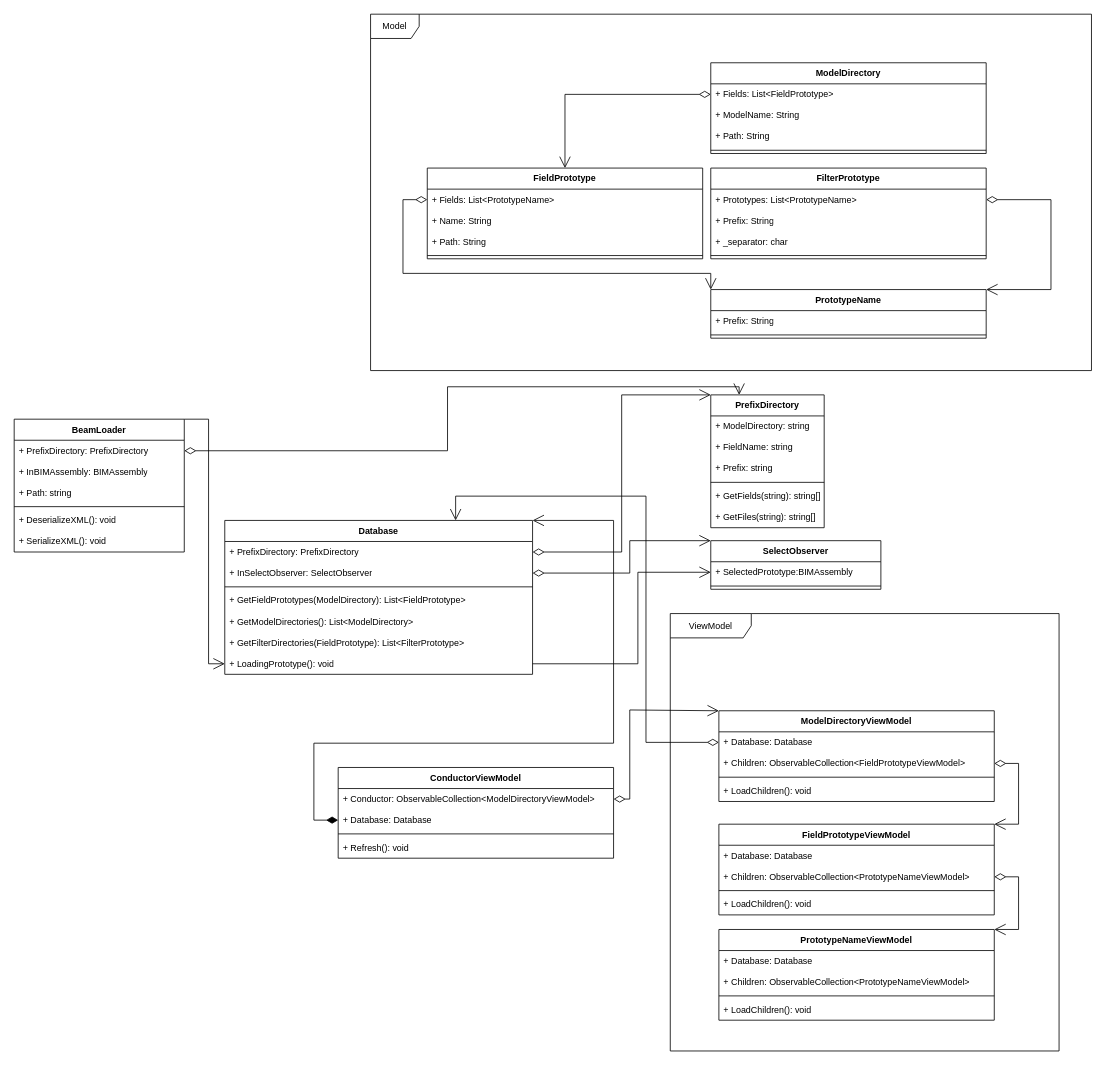
The draw.io diagram page "Conductor" (1 of 3) of Prototype.drawio in AATerekhov/BIM_KJI_Manage, before the edit. Source tidied: cells renumbered, new cells numbered last; positions are measured from the earlier drawing's top-left corner, leaving out a move shared by most shapes. Both pictures are drawn from the tidied source at 81%, with x=0, y=0 at pixel (14, 14).
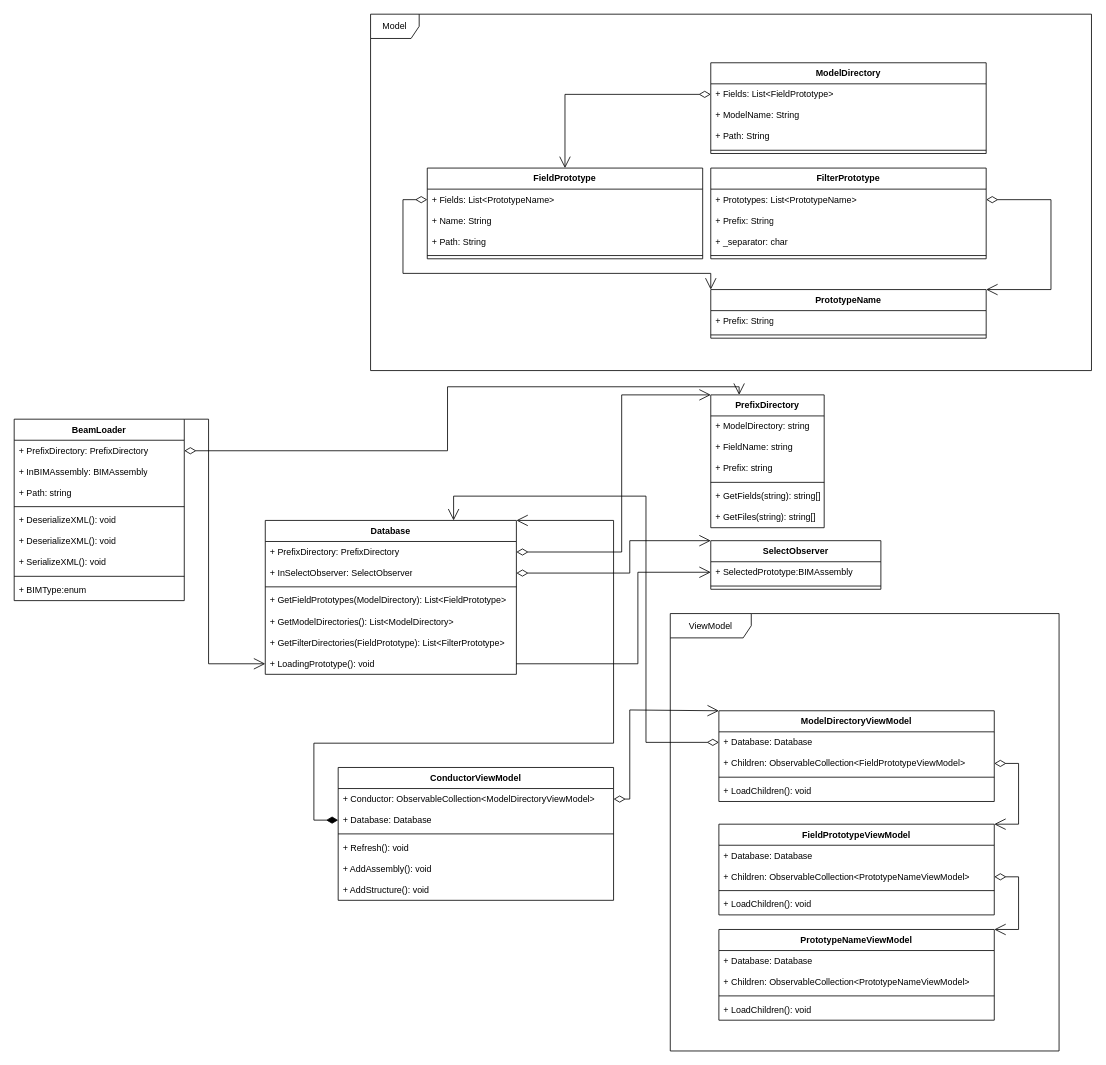
The same page after the edit.

The change refers to these unchanged cells:
```xml
<mxCell id="10" value="+ Database: Database" style="text;strokeColor=none;fillColor=none;align=left;verticalAlign=top;spacingLeft=4;spacingRight=4;overflow=hidden;points=[[0,0.5],[1,0.5]];portConstraint=eastwest;whiteSpace=wrap;html=1;fontSize=11;fontFamily=Helvetica;fontColor=default;" parent="9" vertex="1">
  <mxGeometry y="26" width="340" height="26" as="geometry" />
</mxCell>
```

What changed in the source:
```diff
@@
     <mxCell id="4" value="ConductorViewModel" style="swimlane;fontStyle=1;align=center;verticalAlign=top;horizontal=1;startSize=26;whiteSpace=wrap;html=1;fontFamily=Helvetica;fontSize=11;fontColor=default;" parent="1" vertex="1">
-      <mxGeometry x="400" y="930" width="340" height="112" as="geometry" />
+      <mxGeometry x="400" y="930" width="340" height="164" as="geometry" />
     </mxCell>
@@
+    <mxCell id="80" value="+ AddAssembly(): void" style="text;strokeColor=none;fillColor=none;align=left;verticalAlign=top;spacingLeft=4;spacingRight=4;overflow=hidden;whiteSpace=wrap;html=1;fontSize=11;fontFamily=Helvetica;fontColor=default;" parent="4" vertex="1">
+      <mxGeometry y="112" width="340" height="26" as="geometry" />
+    </mxCell>
+    <mxCell id="81" value="+ AddStructure(): void" style="text;strokeColor=none;fillColor=none;align=left;verticalAlign=top;spacingLeft=4;spacingRight=4;overflow=hidden;whiteSpace=wrap;html=1;fontSize=11;fontFamily=Helvetica;fontColor=default;" parent="4" vertex="1">
+      <mxGeometry y="138" width="340" height="26" as="geometry" />
+    </mxCell>
@@
     <mxCell id="17" value="Database" style="swimlane;fontStyle=1;align=center;verticalAlign=top;horizontal=1;startSize=26;whiteSpace=wrap;html=1;fontFamily=Helvetica;fontSize=11;fontColor=default;" parent="1" vertex="1">
-      <mxGeometry x="260" y="625" width="380" height="190" as="geometry" />
+      <mxGeometry x="310" y="625" width="310" height="190" as="geometry" />
     </mxCell>
     <mxCell id="18" value="+ PrefixDirectory: PrefixDirectory" style="text;strokeColor=none;fillColor=none;align=left;verticalAlign=top;spacingLeft=4;spacingRight=4;overflow=hidden;points=[[0,0.5],[1,0.5]];portConstraint=eastwest;whiteSpace=wrap;html=1;fontSize=11;fontFamily=Helvetica;fontColor=default;" parent="17" vertex="1">
-      <mxGeometry y="26" width="380" height="26" as="geometry" />
+      <mxGeometry y="26" width="310" height="26" as="geometry" />
     </mxCell>
     <mxCell id="19" value="+ InSelectObserver:&amp;nbsp;SelectObserver" style="text;strokeColor=none;fillColor=none;align=left;verticalAlign=top;spacingLeft=4;spacingRight=4;overflow=hidden;points=[[0,0.5],[1,0.5]];portConstraint=eastwest;whiteSpace=wrap;html=1;fontSize=11;fontFamily=Helvetica;fontColor=default;" parent="17" vertex="1">
-      <mxGeometry y="52" width="380" height="26" as="geometry" />
+      <mxGeometry y="52" width="310" height="26" as="geometry" />
     </mxCell>
     <mxCell id="20" style="line;strokeWidth=1;fillColor=none;align=left;verticalAlign=middle;spacingTop=-1;spacingLeft=3;spacingRight=3;labelPosition=right;strokeColor=inherit;fontFamily=Helvetica;fontSize=11;fontColor=default;" parent="17" vertex="1">
-      <mxGeometry y="78" width="380" height="8" as="geometry" />
+      <mxGeometry y="78" width="310" height="8" as="geometry" />
     </mxCell>
     <mxCell id="21" value="+ GetFieldPrototypes(ModelDirectory): List&amp;lt;FieldPrototype&amp;gt;" style="text;strokeColor=none;fillColor=none;align=left;verticalAlign=top;spacingLeft=4;spacingRight=4;overflow=hidden;whiteSpace=wrap;html=1;fontSize=11;fontFamily=Helvetica;fontColor=default;" parent="17" vertex="1">
-      <mxGeometry y="86" width="380" height="26" as="geometry" />
+      <mxGeometry y="86" width="310" height="26" as="geometry" />
     </mxCell>
     <mxCell id="22" value="+ GetModelDirectories(): List&amp;lt;ModelDirectory&amp;gt;" style="text;strokeColor=none;fillColor=none;align=left;verticalAlign=top;spacingLeft=4;spacingRight=4;overflow=hidden;whiteSpace=wrap;html=1;fontSize=11;fontFamily=Helvetica;fontColor=default;" parent="17" vertex="1">
-      <mxGeometry y="112" width="380" height="26" as="geometry" />
+      <mxGeometry y="112" width="310" height="26" as="geometry" />
     </mxCell>
     <mxCell id="23" value="+ GetFilterDirectories(FieldPrototype): List&amp;lt;FilterPrototype&amp;gt;" style="text;strokeColor=none;fillColor=none;align=left;verticalAlign=top;spacingLeft=4;spacingRight=4;overflow=hidden;whiteSpace=wrap;html=1;fontSize=11;fontFamily=Helvetica;fontColor=default;" parent="17" vertex="1">
-      <mxGeometry y="138" width="380" height="26" as="geometry" />
+      <mxGeometry y="138" width="310" height="26" as="geometry" />
     </mxCell>
     <mxCell id="24" value="+ LoadingPrototype(): void" style="text;strokeColor=none;fillColor=none;align=left;verticalAlign=top;spacingLeft=4;spacingRight=4;overflow=hidden;points=[[0,0.5],[1,0.5]];portConstraint=eastwest;whiteSpace=wrap;html=1;fontSize=11;fontFamily=Helvetica;fontColor=default;" parent="17" vertex="1">
-      <mxGeometry y="164" width="380" height="26" as="geometry" />
+      <mxGeometry y="164" width="310" height="26" as="geometry" />
     </mxCell>
@@
     <mxCell id="57" style="edgeStyle=orthogonalEdgeStyle;shape=connector;rounded=0;jettySize=auto;html=1;exitX=0;exitY=0.5;exitDx=0;exitDy=0;entryX=0.75;entryY=0;entryDx=0;entryDy=0;labelBackgroundColor=default;strokeColor=default;fontFamily=Helvetica;fontSize=11;fontColor=default;startArrow=diamondThin;startFill=0;endArrow=open;endFill=0;startSize=12;endSize=12;" parent="1" edge="1" source="10" target="17">
       <mxGeometry relative="1" as="geometry">
         <Array as="points">
           <mxPoint x="780" y="899" />
           <mxPoint x="780" y="595" />
-          <mxPoint x="545" y="595" />
+          <mxPoint x="543" y="595" />
         </Array>
       </mxGeometry>
     </mxCell>
@@
     <mxCell id="59" value="BeamLoader" style="swimlane;fontStyle=1;align=center;verticalAlign=top;horizontal=1;startSize=26;whiteSpace=wrap;html=1;fontFamily=Helvetica;fontSize=11;fontColor=default;" parent="1" vertex="1">
-      <mxGeometry y="500" width="210" height="164" as="geometry" />
+      <mxGeometry y="500" width="210" height="224" as="geometry" />
     </mxCell>
@@
+    <mxCell id="82" value="+ DeserializeXML(): void" style="text;strokeColor=none;fillColor=none;align=left;verticalAlign=top;spacingLeft=4;spacingRight=4;overflow=hidden;whiteSpace=wrap;html=1;fontSize=11;fontFamily=Helvetica;fontColor=default;" parent="59" vertex="1">
+      <mxGeometry y="138" width="210" height="26" as="geometry" />
+    </mxCell>
     <mxCell id="65" value="+ SerializeXML(): void" style="text;strokeColor=none;fillColor=none;align=left;verticalAlign=top;spacingLeft=4;spacingRight=4;overflow=hidden;whiteSpace=wrap;html=1;fontSize=11;fontFamily=Helvetica;fontColor=default;" parent="59" vertex="1">
-      <mxGeometry y="138" width="210" height="26" as="geometry" />
+      <mxGeometry y="164" width="210" height="26" as="geometry" />
     </mxCell>
+    <mxCell id="83" style="line;strokeWidth=1;fillColor=none;align=left;verticalAlign=middle;spacingTop=-1;spacingLeft=3;spacingRight=3;labelPosition=right;strokeColor=inherit;fontFamily=Helvetica;fontSize=11;fontColor=default;" parent="59" vertex="1">
+      <mxGeometry y="190" width="210" height="8" as="geometry" />
+    </mxCell>
+    <mxCell id="84" value="+ BIMType:enum&amp;nbsp;" style="text;strokeColor=none;fillColor=none;align=left;verticalAlign=top;spacingLeft=4;spacingRight=4;overflow=hidden;whiteSpace=wrap;html=1;fontSize=11;fontFamily=Helvetica;fontColor=default;" parent="59" vertex="1">
+      <mxGeometry y="198" width="210" height="26" as="geometry" />
+    </mxCell>
```
